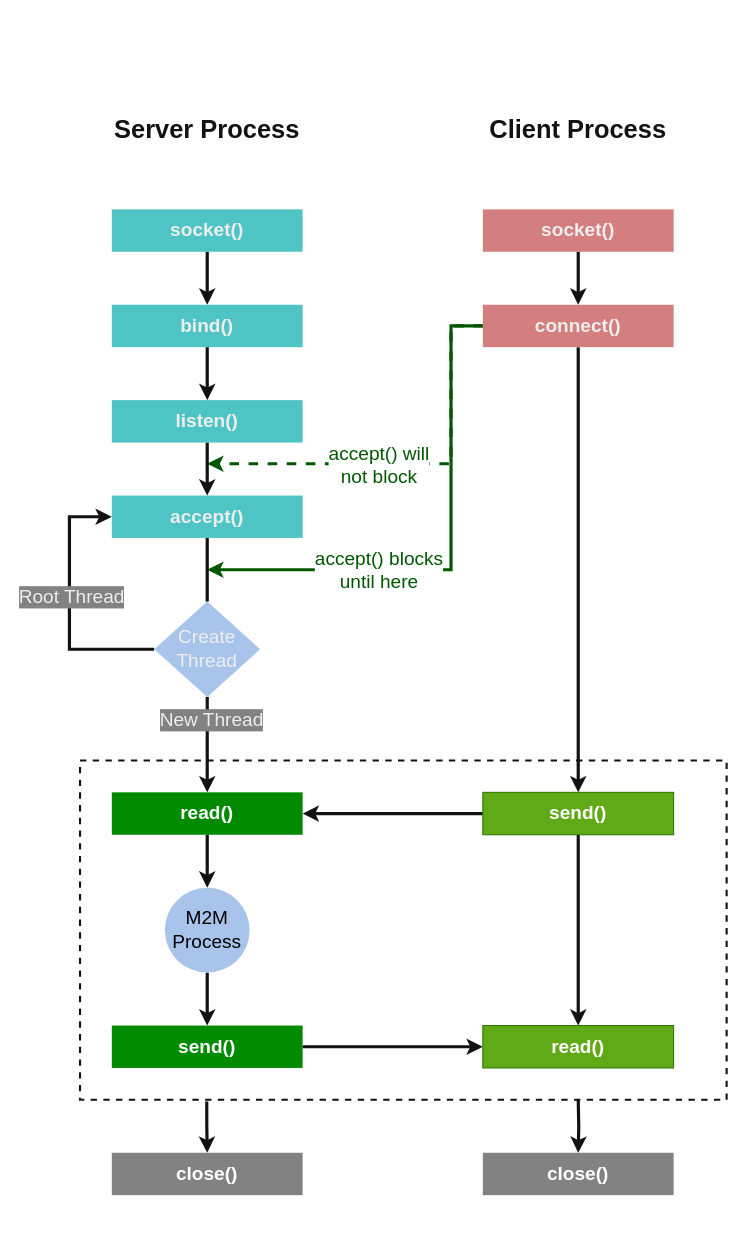
The draw.io diagram page "SocketView" (2 of 2) of Diagram.drawio in RafaelXokito/Tiny-OneM2M-C-Language, before the edit. Source tidied: cells renumbered, new cells numbered last; positions are measured from the earlier drawing's top-left corner, leaving out a move shared by most shapes. Both pictures are drawn from the tidied source at 106%, with x=0, y=0 at pixel (69, 113).
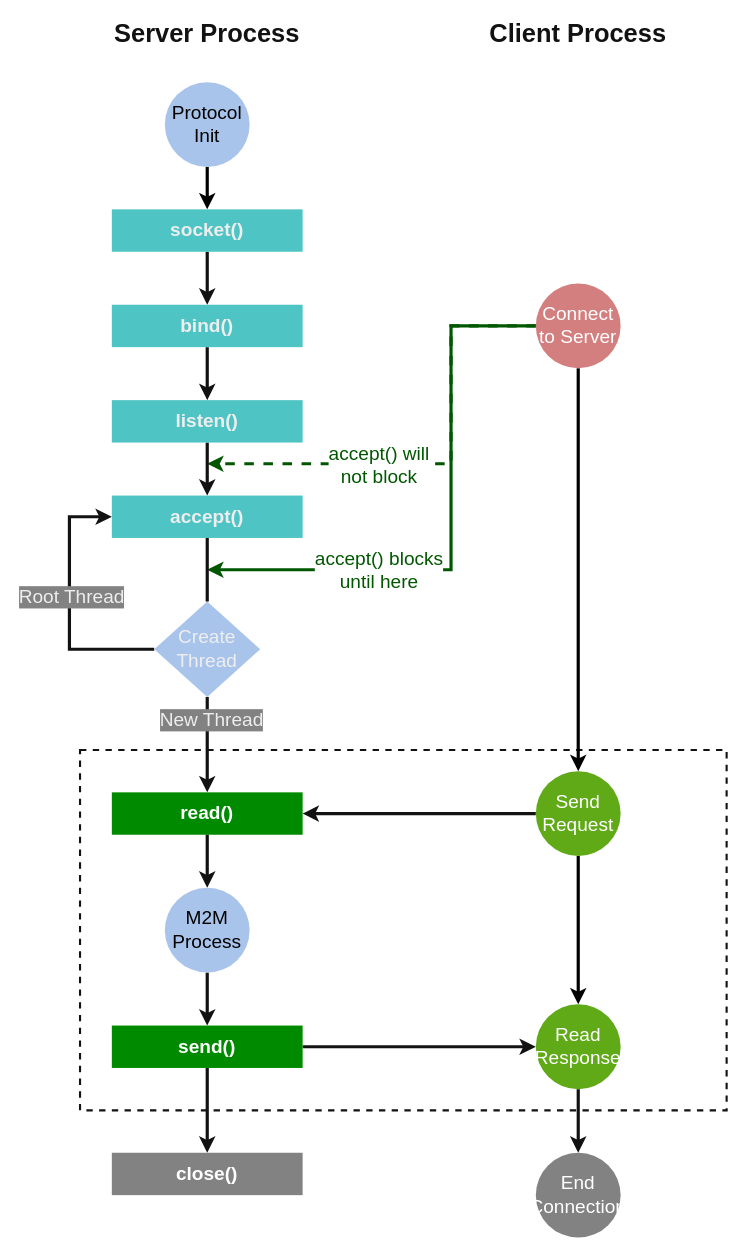
The same diagram, later.

Commit message (it also covers changes not shown here):
Diagrama de alto nível

The change refers to these unchanged cells:
```xml
<mxCell id="7" value="&lt;b style=&quot;font-size: 18px;&quot;&gt;socket()&lt;/b&gt;" style="rounded=0;html=1;fontSize=18;fillColor=#4FC4C4;strokeColor=none;fontColor=#EEEEEE;whiteSpace=wrap;labelBorderColor=none;" parent="1" vertex="1">
  <mxGeometry x="40" y="90" width="180" height="40" as="geometry" />
</mxCell>
<mxCell id="24" value="&lt;b&gt;read()&lt;/b&gt;" style="rounded=0;html=1;fontSize=18;fillColor=#008a00;strokeColor=none;fontColor=#ffffff;whiteSpace=wrap;labelBorderColor=none;" parent="1" vertex="1">
  <mxGeometry x="40" y="640" width="180" height="40" as="geometry" />
</mxCell>
<mxCell id="26" value="&lt;b style=&quot;font-size: 18px;&quot;&gt;send()&lt;/b&gt;" style="rounded=0;html=1;fontSize=18;fillColor=#008a00;strokeColor=none;fontColor=#ffffff;whiteSpace=wrap;labelBorderColor=none;" parent="1" vertex="1">
  <mxGeometry x="40" y="860" width="180" height="40" as="geometry" />
</mxCell>
<mxCell id="32" value="&lt;b style=&quot;font-size: 18px;&quot;&gt;close()&lt;/b&gt;" style="rounded=0;html=1;fontSize=18;fillColor=#828282;strokeColor=none;fontColor=#ffffff;whiteSpace=wrap;labelBorderColor=none;" parent="1" vertex="1">
  <mxGeometry x="40" y="980" width="180" height="40" as="geometry" />
</mxCell>
```

The edit, as a diff of the source:
```diff
@@
-<mxGraphModel>
+<mxGraphModel background="#ffffff">
@@
-    <mxCell id="2" style="edgeStyle=orthogonalEdgeStyle;rounded=0;jettySize=auto;html=1;entryX=0.5;entryY=0;entryDx=0;entryDy=0;strokeColor=#121212;strokeWidth=3;fontSize=18;exitX=0.196;exitY=1.005;exitDx=0;exitDy=0;exitPerimeter=0;" parent="1" edge="1" source="3" target="32">
+    <mxCell id="2" style="edgeStyle=orthogonalEdgeStyle;rounded=0;jettySize=auto;html=1;entryX=0.5;entryY=0;entryDx=0;entryDy=0;strokeColor=#121212;strokeWidth=3;fontSize=18;" parent="1" edge="1" source="26" target="32">
       <mxGeometry relative="1" as="geometry" />
     </mxCell>
     <mxCell id="3" style="rounded=0;whiteSpace=wrap;html=1;labelBorderColor=none;strokeColor=#121212;fontSize=18;fontColor=#EEEEEE;fillColor=none;dashed=1;strokeWidth=2;" parent="1" vertex="1">
-      <mxGeometry x="10" y="610" width="610" height="320" as="geometry" />
+      <mxGeometry x="10" y="600" width="610" height="340" as="geometry" />
     </mxCell>
     <mxCell id="4" value="&lt;b&gt;Server Process&lt;/b&gt;" style="text;html=1;strokeColor=none;fillColor=none;align=center;verticalAlign=middle;whiteSpace=wrap;rounded=0;fontSize=24;fontColor=#121212;" parent="1" vertex="1">
-      <mxGeometry x="30" width="200" height="30" as="geometry" />
+      <mxGeometry x="30" y="-90" width="200" height="30" as="geometry" />
     </mxCell>
@@
-    <mxCell id="14" style="edgeStyle=orthogonalEdgeStyle;rounded=0;jettySize=auto;html=1;strokeColor=#121212;strokeWidth=3;fontSize=18;" parent="1" edge="1" source="15" target="22">
-      <mxGeometry relative="1" as="geometry" />
-    </mxCell>
-    <mxCell id="15" value="&lt;b style=&quot;font-size: 18px;&quot;&gt;socket()&lt;/b&gt;" style="rounded=0;html=1;fontSize=18;fillColor=#D47F7F;strokeColor=none;fontColor=#EEEEEE;whiteSpace=wrap;labelBorderColor=none;" parent="1" vertex="1">
-      <mxGeometry x="390" y="90" width="180" height="40" as="geometry" />
-    </mxCell>
     <mxCell id="16" value="&lt;b&gt;Client Process&lt;/b&gt;" style="text;html=1;strokeColor=none;fillColor=none;align=center;verticalAlign=middle;whiteSpace=wrap;rounded=0;fontSize=24;fontColor=#121212;" parent="1" vertex="1">
-      <mxGeometry x="380" width="200" height="30" as="geometry" />
+      <mxGeometry x="380" y="-90" width="200" height="30" as="geometry" />
     </mxCell>
-    <mxCell id="17" style="edgeStyle=orthogonalEdgeStyle;rounded=0;jettySize=auto;html=1;strokeColor=#121212;strokeWidth=3;fontSize=18;" parent="1" edge="1" source="22" target="29">
-      <mxGeometry relative="1" as="geometry" />
-    </mxCell>
-    <mxCell id="18" style="edgeStyle=orthogonalEdgeStyle;rounded=0;jettySize=auto;html=1;strokeColor=#005700;strokeWidth=3;fontSize=18;dashed=1;fillColor=#008a00;" parent="1" edge="1" source="22">
+    <mxCell id="18" style="edgeStyle=orthogonalEdgeStyle;rounded=0;jettySize=auto;html=1;strokeColor=#005700;strokeWidth=3;fontSize=18;dashed=1;fillColor=#008a00;exitX=0;exitY=0.5;exitDx=0;exitDy=0;" parent="1" edge="1" source="45">
       <mxGeometry relative="1" as="geometry">
         <mxPoint x="130" y="330" as="targetPoint" />
         <Array as="points">
+          <mxPoint x="440" y="200" />
           <mxPoint x="360" y="200" />
           <mxPoint x="360" y="330" />
         </Array>
       </mxGeometry>
     </mxCell>
     <mxCell id="19" value="accept() will&lt;br&gt;not block" style="edgeLabel;html=1;align=center;verticalAlign=middle;fontSize=18;fontColor=#005700;labelBackgroundColor=#FFFFFFFF;" parent="18" vertex="1">
       <mxGeometry x="0.35" y="1" relative="1" as="geometry">
-        <mxPoint x="34" as="offset" />
+        <mxPoint x="18" as="offset" />
       </mxGeometry>
     </mxCell>
-    <mxCell id="20" style="edgeStyle=orthogonalEdgeStyle;rounded=0;jettySize=auto;html=1;strokeColor=#005700;strokeWidth=3;fontSize=18;fillColor=#008a00;" parent="1" edge="1" source="22">
+    <mxCell id="20" style="edgeStyle=orthogonalEdgeStyle;rounded=0;jettySize=auto;html=1;strokeColor=#005700;strokeWidth=3;fontSize=18;fillColor=#008a00;exitX=0;exitY=0.5;exitDx=0;exitDy=0;" parent="1" edge="1" source="45">
       <mxGeometry relative="1" as="geometry">
         <mxPoint x="130" y="430" as="targetPoint" />
         <Array as="points">
           <mxPoint x="360" y="200" />
           <mxPoint x="360" y="430" />
         </Array>
       </mxGeometry>
     </mxCell>
     <mxCell id="21" value="&lt;span style=&quot;&quot;&gt;accept() blocks &lt;br&gt;until here&lt;br&gt;&lt;/span&gt;" style="edgeLabel;html=1;align=center;verticalAlign=middle;fontSize=18;fontColor=#005700;labelBackgroundColor=#FFFFFFFF;" parent="20" vertex="1">
       <mxGeometry x="0.37" y="3" relative="1" as="geometry">
-        <mxPoint x="7" y="-3" as="offset" />
+        <mxPoint x="-9" y="-3" as="offset" />
       </mxGeometry>
     </mxCell>
-    <mxCell id="22" value="&lt;b style=&quot;font-size: 18px;&quot;&gt;connect()&lt;/b&gt;" style="rounded=0;html=1;fontSize=18;fillColor=#D47F7F;strokeColor=none;fontColor=#EEEEEE;whiteSpace=wrap;labelBorderColor=none;" parent="1" vertex="1">
-      <mxGeometry x="390" y="180" width="180" height="40" as="geometry" />
-    </mxCell>
@@
-    <mxCell id="25" style="edgeStyle=orthogonalEdgeStyle;rounded=0;jettySize=auto;html=1;strokeColor=#121212;strokeWidth=3;fontSize=18;" parent="1" edge="1" source="26" target="30">
+    <mxCell id="25" style="edgeStyle=orthogonalEdgeStyle;rounded=0;jettySize=auto;html=1;strokeColor=#121212;strokeWidth=3;fontSize=18;entryX=0;entryY=0.5;entryDx=0;entryDy=0;" parent="1" edge="1" source="26" target="48">
       <mxGeometry relative="1" as="geometry" />
     </mxCell>
@@
-    <mxCell id="27" style="edgeStyle=orthogonalEdgeStyle;rounded=0;jettySize=auto;html=1;strokeColor=#121212;strokeWidth=3;fontSize=18;fillColor=#60a917;" parent="1" edge="1" source="29" target="30">
-      <mxGeometry relative="1" as="geometry" />
-    </mxCell>
-    <mxCell id="28" style="edgeStyle=orthogonalEdgeStyle;rounded=0;jettySize=auto;html=1;strokeColor=#121212;strokeWidth=3;fontSize=18;" parent="1" edge="1" source="29" target="24">
+    <mxCell id="28" style="edgeStyle=orthogonalEdgeStyle;rounded=0;jettySize=auto;html=1;strokeColor=#121212;strokeWidth=3;fontSize=18;" parent="1" edge="1" source="47" target="24">
       <mxGeometry relative="1" as="geometry" />
     </mxCell>
-    <mxCell id="29" value="&lt;b&gt;send()&lt;/b&gt;" style="rounded=0;html=1;fontSize=18;fillColor=#60a917;strokeColor=#2D7600;fontColor=#ffffff;whiteSpace=wrap;labelBorderColor=none;" parent="1" vertex="1">
-      <mxGeometry x="390" y="640" width="180" height="40" as="geometry" />
-    </mxCell>
-    <mxCell id="30" value="&lt;b style=&quot;font-size: 18px;&quot;&gt;read()&lt;/b&gt;" style="rounded=0;html=1;fontSize=18;fillColor=#60a917;strokeColor=#2D7600;fontColor=#ffffff;whiteSpace=wrap;labelBorderColor=none;" parent="1" vertex="1">
-      <mxGeometry x="390" y="860" width="180" height="40" as="geometry" />
-    </mxCell>
@@
-    <mxCell id="33" value="&lt;b style=&quot;font-size: 18px;&quot;&gt;close()&lt;/b&gt;" style="rounded=0;html=1;fontSize=18;fillColor=#828282;strokeColor=none;fontColor=#ffffff;whiteSpace=wrap;labelBorderColor=none;" parent="1" vertex="1">
-      <mxGeometry x="390" y="980" width="180" height="40" as="geometry" />
-    </mxCell>
-    <mxCell id="34" style="edgeStyle=orthogonalEdgeStyle;rounded=0;jettySize=auto;html=1;entryX=0.5;entryY=0;entryDx=0;entryDy=0;strokeColor=#121212;strokeWidth=3;fontSize=18;" parent="1" edge="1" target="33">
-      <mxGeometry relative="1" as="geometry">
-        <mxPoint x="480" y="930" as="sourcePoint" />
-      </mxGeometry>
+    <mxCell id="34" style="edgeStyle=orthogonalEdgeStyle;rounded=0;jettySize=auto;html=1;strokeColor=#121212;strokeWidth=3;fontSize=18;" parent="1" edge="1" source="48" target="49">
+      <mxGeometry relative="1" as="geometry" />
     </mxCell>
@@
+    <mxCell id="42" style="edgeStyle=orthogonalEdgeStyle;rounded=0;jettySize=auto;html=1;strokeWidth=3;" parent="1" edge="1" source="43" target="7">
+      <mxGeometry relative="1" as="geometry" />
+    </mxCell>
+    <mxCell id="43" value="&lt;span style=&quot;&quot;&gt;Protocol Init&lt;/span&gt;" style="ellipse;whiteSpace=wrap;html=1;dashed=1;labelBackgroundColor=none;labelBorderColor=none;strokeColor=none;strokeWidth=2;fontSize=18;fontColor=default;fillColor=#A9C4EB;" parent="1" vertex="1">
+      <mxGeometry x="90" y="-30" width="80" height="80" as="geometry" />
+    </mxCell>
+    <mxCell id="44" style="edgeStyle=orthogonalEdgeStyle;rounded=0;jettySize=auto;html=1;strokeWidth=3;fontColor=#FFFFFF;" parent="1" edge="1" source="45" target="47">
+      <mxGeometry relative="1" as="geometry" />
+    </mxCell>
+    <mxCell id="45" value="Connect to Server" style="ellipse;whiteSpace=wrap;html=1;dashed=1;labelBackgroundColor=none;labelBorderColor=none;strokeColor=none;strokeWidth=2;fontSize=18;fontColor=#FFFFFF;fillColor=#D47F7F;" parent="1" vertex="1">
+      <mxGeometry x="440" y="160" width="80" height="80" as="geometry" />
+    </mxCell>
+    <mxCell id="46" style="edgeStyle=orthogonalEdgeStyle;rounded=0;jettySize=auto;html=1;strokeWidth=3;fontColor=#FFFFFF;" parent="1" edge="1" source="47" target="48">
+      <mxGeometry relative="1" as="geometry" />
+    </mxCell>
+    <mxCell id="47" value="Send Request" style="ellipse;whiteSpace=wrap;html=1;dashed=1;labelBackgroundColor=none;labelBorderColor=none;strokeColor=none;strokeWidth=2;fontSize=18;fontColor=#FFFFFF;fillColor=#60A917;" parent="1" vertex="1">
+      <mxGeometry x="440" y="620" width="80" height="80" as="geometry" />
+    </mxCell>
+    <mxCell id="48" value="Read Response" style="ellipse;whiteSpace=wrap;html=1;dashed=1;labelBackgroundColor=none;labelBorderColor=none;strokeColor=none;strokeWidth=2;fontSize=18;fontColor=#FFFFFF;fillColor=#60A917;" parent="1" vertex="1">
+      <mxGeometry x="440" y="840" width="80" height="80" as="geometry" />
+    </mxCell>
+    <mxCell id="49" value="End Connection" style="ellipse;whiteSpace=wrap;html=1;dashed=1;labelBackgroundColor=none;labelBorderColor=none;strokeColor=none;strokeWidth=2;fontSize=18;fontColor=#FFFFFF;fillColor=#828282;" parent="1" vertex="1">
+      <mxGeometry x="440" y="980" width="80" height="80" as="geometry" />
+    </mxCell>
```
